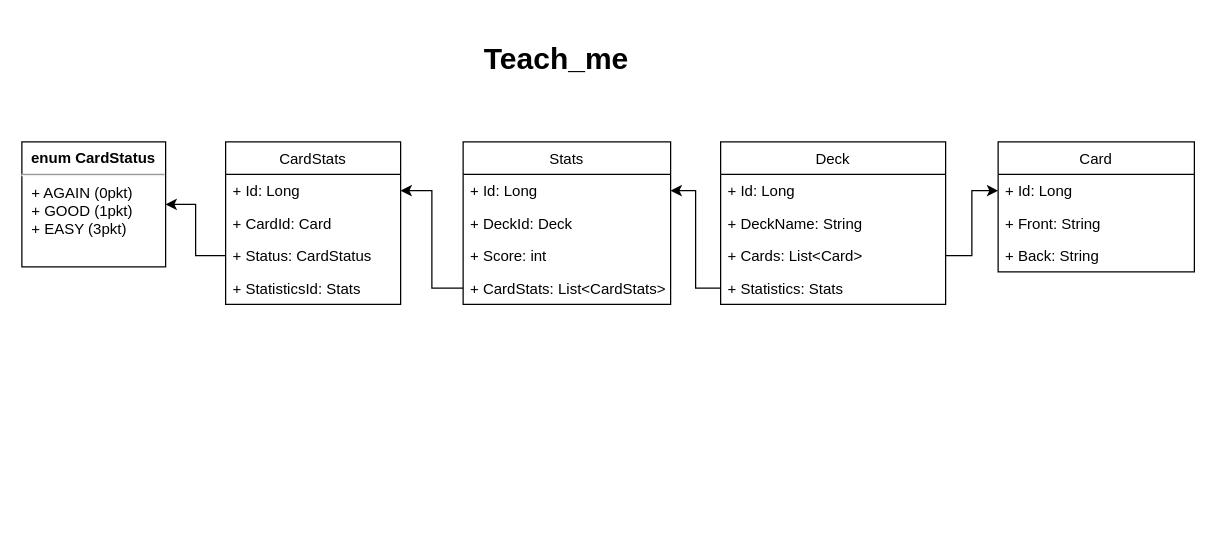
bobend212/Teach_me keeps this draw.io diagram as teachme.drawio. Above is the earlier version. Source tidied: cells renumbered, new cells numbered last; positions are measured from the earlier drawing's top-left corner, leaving out a move shared by most shapes. Both pictures are drawn from the tidied source at 125%, with x=0, y=0 at pixel (21, 34).
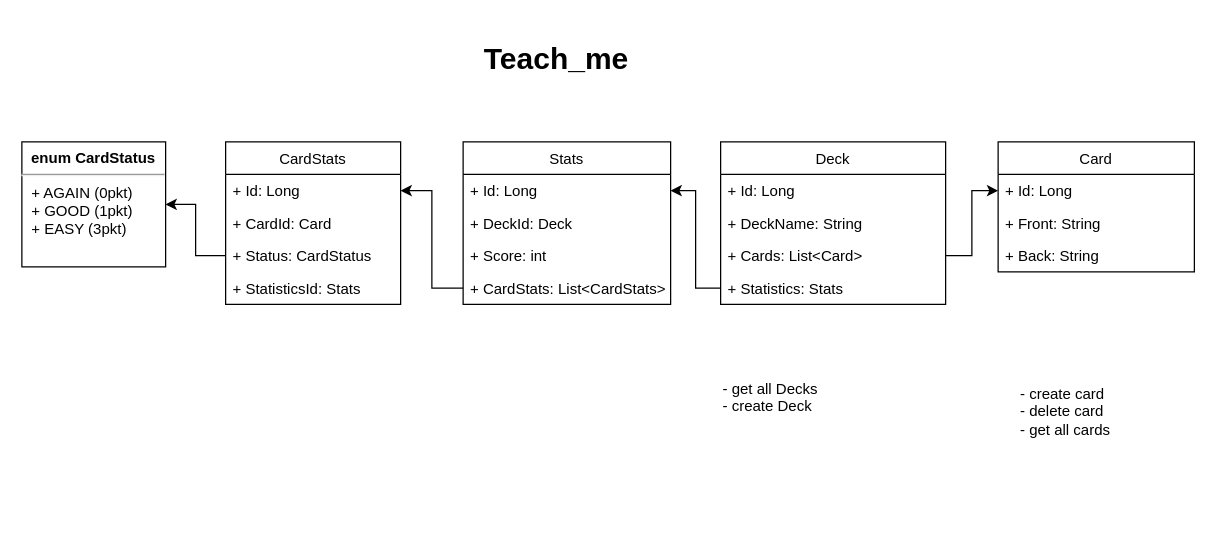
Above is the later version.

Commit message (it also covers changes not shown here):
get all cards added

Diff of the diagram source:
```diff
@@
+    <mxCell id="27" value="- get all Decks&lt;br&gt;- create Deck&lt;br&gt;" style="text;html=1;strokeColor=none;fillColor=none;align=left;verticalAlign=top;whiteSpace=wrap;rounded=0;" parent="1" vertex="1">
+      <mxGeometry x="559" y="270" width="130" height="109" as="geometry" />
+    </mxCell>
+    <mxCell id="28" value="- create card&lt;br&gt;- delete card&lt;br&gt;- get all cards" style="text;html=1;strokeColor=none;fillColor=none;align=left;verticalAlign=top;whiteSpace=wrap;rounded=0;" parent="1" vertex="1">
+      <mxGeometry x="797" y="274" width="130" height="109" as="geometry" />
+    </mxCell>
```
